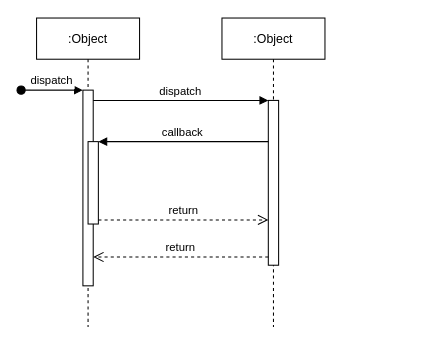
Earlier version of the draw.io diagram Web/Untitled Diagram.drawio (baeminjung/Capstone_project1). Source tidied: cells renumbered, new cells numbered last; positions are measured from the earlier drawing's top-left corner, leaving out a move shared by most shapes. Both pictures are drawn from the tidied source at 103%, with x=0, y=0 at pixel (21, 18).
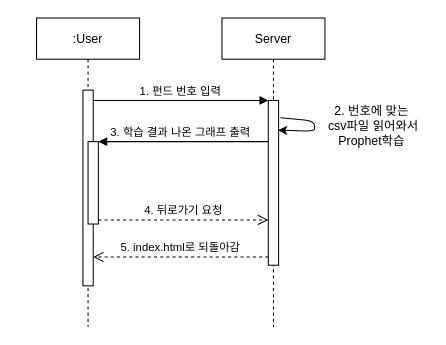
Above is the later version.

Diff of the diagram source:
```diff
@@
 <mxGraphModel>
   <root>
     <mxCell id="0" />
     <mxCell id="1" parent="0" />
-    <mxCell id="2" value=":Object" style="shape=umlLifeline;perimeter=lifelinePerimeter;rounded=0;shadow=0;strokeWidth=1;" parent="1" vertex="1">
+    <mxCell id="2" value=":User" style="shape=umlLifeline;perimeter=lifelinePerimeter;rounded=0;shadow=0;strokeWidth=1;" parent="1" vertex="1">
       <mxGeometry x="15" width="100" height="300" as="geometry" />
     </mxCell>
     <mxCell id="3" style="points=[];perimeter=orthogonalPerimeter;rounded=0;shadow=0;strokeWidth=1;" parent="2" vertex="1">
       <mxGeometry x="45" y="70" width="10" height="190" as="geometry" />
     </mxCell>
-    <mxCell id="4" value="dispatch" style="verticalAlign=bottom;startArrow=oval;endArrow=block;startSize=8;shadow=0;strokeWidth=1;" parent="2" edge="1" target="3">
-      <mxGeometry relative="1" as="geometry">
-        <mxPoint x="-15" y="70" as="sourcePoint" />
-      </mxGeometry>
-    </mxCell>
     <mxCell id="5" style="points=[];perimeter=orthogonalPerimeter;rounded=0;shadow=0;strokeWidth=1;" parent="2" vertex="1">
       <mxGeometry x="50" y="120" width="10" height="80" as="geometry" />
     </mxCell>
-    <mxCell id="6" value=":Object" style="shape=umlLifeline;perimeter=lifelinePerimeter;rounded=0;shadow=0;strokeWidth=1;" parent="1" vertex="1">
+    <mxCell id="6" value="Server" style="shape=umlLifeline;perimeter=lifelinePerimeter;rounded=0;shadow=0;strokeWidth=1;" parent="1" vertex="1">
       <mxGeometry x="195" width="100" height="300" as="geometry" />
     </mxCell>
     <mxCell id="7" style="points=[];perimeter=orthogonalPerimeter;rounded=0;shadow=0;strokeWidth=1;" parent="6" vertex="1">
       <mxGeometry x="45" y="80" width="10" height="160" as="geometry" />
     </mxCell>
+    <mxCell id="12" style="endArrow=classic;html=1;entryX=0.94;entryY=0.18;entryDx=0;entryDy=0;entryPerimeter=0;exitX=1.18;exitY=0.105;exitDx=0;exitDy=0;exitPerimeter=0;" parent="6" edge="1" source="7" target="7">
+      <mxGeometry relative="1" as="geometry">
+        <Array as="points">
+          <mxPoint x="90" y="100" />
+          <mxPoint x="90" y="110" />
+        </Array>
+      </mxGeometry>
+    </mxCell>
-    <mxCell id="8" value="return" style="verticalAlign=bottom;endArrow=open;dashed=1;endSize=8;exitX=0;exitY=0.95;shadow=0;strokeWidth=1;" parent="1" edge="1" source="7" target="3">
+    <mxCell id="8" value="5. index.html로 되돌아감" style="verticalAlign=bottom;endArrow=open;dashed=1;endSize=8;exitX=0;exitY=0.95;shadow=0;strokeWidth=1;" parent="1" edge="1" source="7" target="3">
       <mxGeometry relative="1" as="geometry" />
     </mxCell>
-    <mxCell id="9" value="dispatch" style="verticalAlign=bottom;endArrow=block;entryX=0;entryY=0;shadow=0;strokeWidth=1;" parent="1" edge="1" source="3" target="7">
+    <mxCell id="9" value="1. 펀드 번호 입력" style="verticalAlign=bottom;endArrow=block;entryX=0;entryY=0;shadow=0;strokeWidth=1;" parent="1" edge="1" source="3" target="7">
       <mxGeometry relative="1" as="geometry" />
     </mxCell>
-    <mxCell id="10" value="callback" style="verticalAlign=bottom;endArrow=block;entryX=1;entryY=0;shadow=0;strokeWidth=1;" parent="1" edge="1" source="7" target="5">
-      <mxGeometry relative="1" as="geometry" />
+    <mxCell id="10" value="3. 학습 결과 나온 그래프 출력" style="verticalAlign=bottom;endArrow=block;entryX=1;entryY=0;shadow=0;strokeWidth=1;" parent="1" edge="1" source="7" target="5">
+      <mxGeometry x="0.03" relative="1" as="geometry" />
     </mxCell>
-    <mxCell id="11" value="return" style="verticalAlign=bottom;endArrow=open;dashed=1;endSize=8;exitX=1;exitY=0.95;shadow=0;strokeWidth=1;" parent="1" edge="1" source="5" target="7">
+    <mxCell id="11" value="4. 뒤로가기 요청" style="verticalAlign=bottom;endArrow=open;dashed=1;endSize=8;exitX=1;exitY=0.95;shadow=0;strokeWidth=1;" parent="1" edge="1" source="5" target="7">
       <mxGeometry relative="1" as="geometry" />
     </mxCell>
+    <mxCell id="13" value="2. 번호에 맞는&lt;br&gt;&amp;nbsp;csv파일 읽어와서 &lt;br&gt;Prophet학습" style="text;html=1;align=center;verticalAlign=middle;strokeColor=none;" parent="1" vertex="1">
+      <mxGeometry x="285" y="80" width="110" height="50" as="geometry" />
+    </mxCell>
   </root>
 </mxGraphModel>
```
